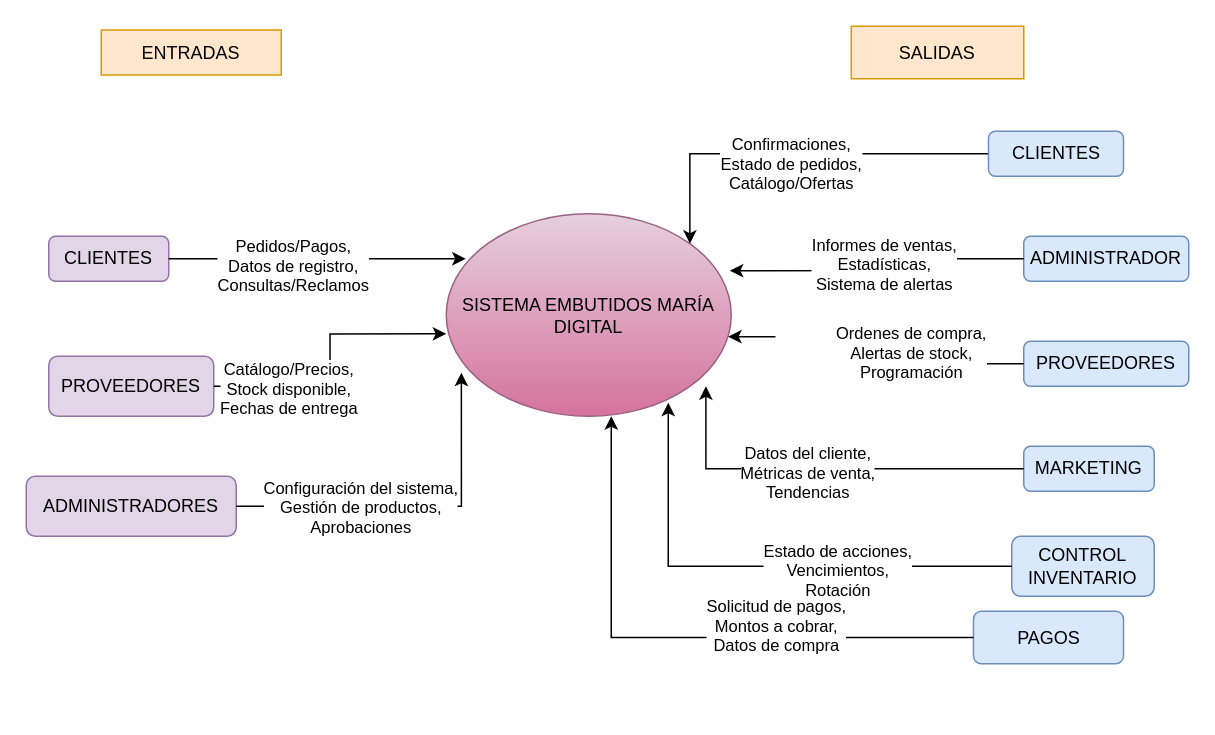
Above: REQUE.drawio in NelvaAdalit/BASE-DE-DATOS-2 (draw.io), before the change. Source tidied: cells renumbered, new cells numbered last; positions are measured from the earlier drawing's top-left corner, leaving out a move shared by most shapes. Both pictures are drawn from the tidied source at 150%, with x=0, y=0 at pixel (26, 26).
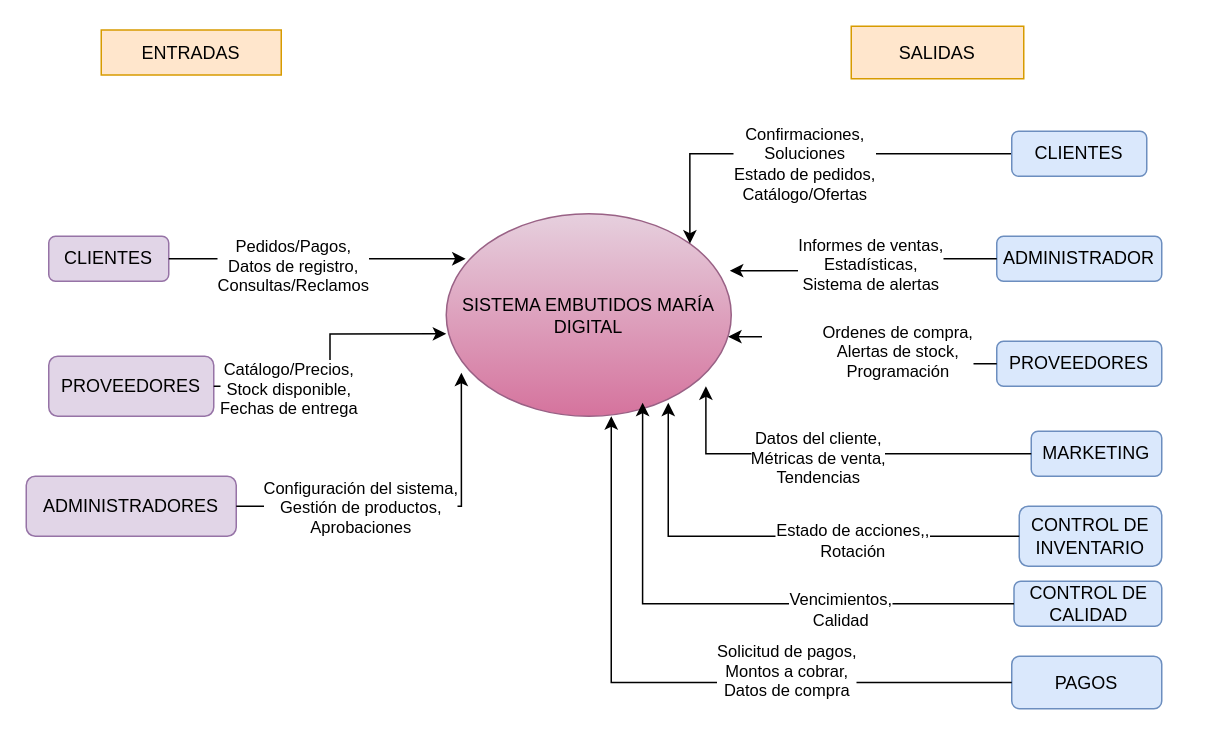
The same page after the edit.

The change refers to these unchanged cells:
```xml
<mxCell id="5" value="SISTEMA EMBUTIDOS MARÍA DIGITAL" style="ellipse;whiteSpace=wrap;html=1;fillColor=#e6d0de;strokeColor=#996185;gradientColor=#d5739d;" parent="1" vertex="1">
  <mxGeometry x="280" y="125" width="190" height="135" as="geometry" />
</mxCell>
<mxCell id="6" style="edgeStyle=orthogonalEdgeStyle;rounded=0;jettySize=auto;html=1;entryX=1;entryY=0;entryDx=0;entryDy=0;" parent="1" edge="1" source="8" target="5">
  <mxGeometry relative="1" as="geometry" />
</mxCell>
<mxCell id="14" style="edgeStyle=orthogonalEdgeStyle;rounded=0;jettySize=auto;html=1;entryX=0.779;entryY=0.933;entryDx=0;entryDy=0;entryPerimeter=0;" parent="1" edge="1" source="12" target="5">
  <mxGeometry relative="1" as="geometry" />
</mxCell>
```

The edit, as a diff of the source:
```diff
@@
-    <mxCell id="7" value="Confirmaciones,&lt;div&gt;Estado de pedidos,&lt;/div&gt;&lt;div&gt;Catálogo/Ofertas&lt;/div&gt;" style="edgeLabel;html=1;align=center;verticalAlign=middle;" parent="6" vertex="1">
+    <mxCell id="7" value="Confirmaciones,&lt;div&gt;Soluciones&lt;br&gt;&lt;div&gt;Estado de pedidos,&lt;/div&gt;&lt;div&gt;Catálogo/Ofertas&lt;/div&gt;&lt;/div&gt;" style="edgeLabel;html=1;align=center;verticalAlign=middle;" parent="6" vertex="1">
       <mxGeometry y="5" relative="1" as="geometry">
         <mxPoint x="-2" y="1" as="offset" />
       </mxGeometry>
     </mxCell>
     <mxCell id="8" value="CLIENTES" style="rounded=1;whiteSpace=wrap;html=1;fillColor=#dae8fc;strokeColor=#6c8ebf;" parent="1" vertex="1">
-      <mxGeometry x="641.5" y="70" width="90" height="30" as="geometry" />
+      <mxGeometry x="657" y="70" width="90" height="30" as="geometry" />
     </mxCell>
     <mxCell id="9" value="ADMINISTRADOR" style="rounded=1;whiteSpace=wrap;html=1;fillColor=#dae8fc;strokeColor=#6c8ebf;" parent="1" vertex="1">
-      <mxGeometry x="665" y="140" width="110" height="30" as="geometry" />
+      <mxGeometry x="647" y="140" width="110" height="30" as="geometry" />
     </mxCell>
     <mxCell id="10" value="PROVEEDORES" style="rounded=1;whiteSpace=wrap;html=1;fillColor=#dae8fc;strokeColor=#6c8ebf;" parent="1" vertex="1">
-      <mxGeometry x="665" y="210" width="110" height="30" as="geometry" />
+      <mxGeometry x="647" y="210" width="110" height="30" as="geometry" />
     </mxCell>
     <mxCell id="11" value="MARKETING" style="rounded=1;whiteSpace=wrap;html=1;fillColor=#dae8fc;strokeColor=#6c8ebf;" parent="1" vertex="1">
-      <mxGeometry x="665" y="280" width="87" height="30" as="geometry" />
+      <mxGeometry x="670" y="270" width="87" height="30" as="geometry" />
     </mxCell>
-    <mxCell id="12" value="CONTROL INVENTARIO" style="rounded=1;whiteSpace=wrap;html=1;fillColor=#dae8fc;strokeColor=#6c8ebf;" parent="1" vertex="1">
-      <mxGeometry x="657" y="340" width="95" height="40" as="geometry" />
+    <mxCell id="12" value="CONTROL DE INVENTARIO" style="rounded=1;whiteSpace=wrap;html=1;fillColor=#dae8fc;strokeColor=#6c8ebf;" parent="1" vertex="1">
+      <mxGeometry x="662" y="320" width="95" height="40" as="geometry" />
     </mxCell>
     <mxCell id="13" value="PAGOS" style="rounded=1;whiteSpace=wrap;html=1;fillColor=#dae8fc;strokeColor=#6c8ebf;" parent="1" vertex="1">
-      <mxGeometry x="631.5" y="390" width="100" height="35" as="geometry" />
+      <mxGeometry x="657" y="420" width="100" height="35" as="geometry" />
     </mxCell>
@@
-    <mxCell id="15" value="Estado de acciones,&lt;div&gt;Vencimientos,&lt;/div&gt;&lt;div&gt;Rotación&lt;/div&gt;" style="edgeLabel;html=1;align=center;verticalAlign=middle;" parent="14" vertex="1">
+    <mxCell id="15" value="Estado de acciones,,&lt;div&gt;Rotación&lt;/div&gt;" style="edgeLabel;html=1;align=center;verticalAlign=middle;" parent="14" vertex="1">
       <mxGeometry x="-0.3" y="2" relative="1" as="geometry">
         <mxPoint x="1" as="offset" />
       </mxGeometry>
     </mxCell>
@@
+    <mxCell id="32" value="CONTROL DE CALIDAD" style="rounded=1;whiteSpace=wrap;html=1;fillColor=#dae8fc;strokeColor=#6c8ebf;" parent="1" vertex="1">
+      <mxGeometry x="658.5" y="370" width="98.5" height="30" as="geometry" />
+    </mxCell>
+    <mxCell id="33" style="edgeStyle=orthogonalEdgeStyle;rounded=0;jettySize=auto;html=1;entryX=0.689;entryY=0.933;entryDx=0;entryDy=0;entryPerimeter=0;" parent="1" edge="1" source="32" target="5">
+      <mxGeometry relative="1" as="geometry" />
+    </mxCell>
+    <mxCell id="34" value="Vencimientos,&lt;div&gt;Calidad&lt;/div&gt;" style="edgeLabel;html=1;align=center;verticalAlign=middle;" parent="33" vertex="1">
+      <mxGeometry x="-0.39" y="3" relative="1" as="geometry" />
+    </mxCell>
```
